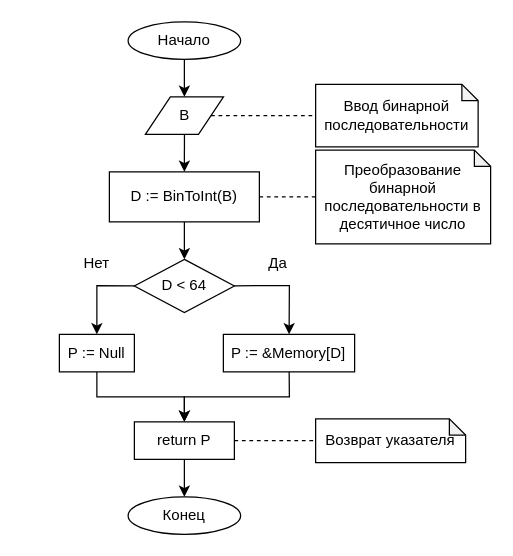
Above: page "Page-1" (1 of 7) of Организация ЭВМ и систем/Отчет/get_ptr.drawio in eldarian-1/pstu (draw.io), before the change. Source tidied: cells renumbered, new cells numbered last; positions are measured from the earlier drawing's top-left corner, leaving out a move shared by most shapes. Both pictures are drawn from the tidied source at 125%, with x=0, y=0 at pixel (59, 21).
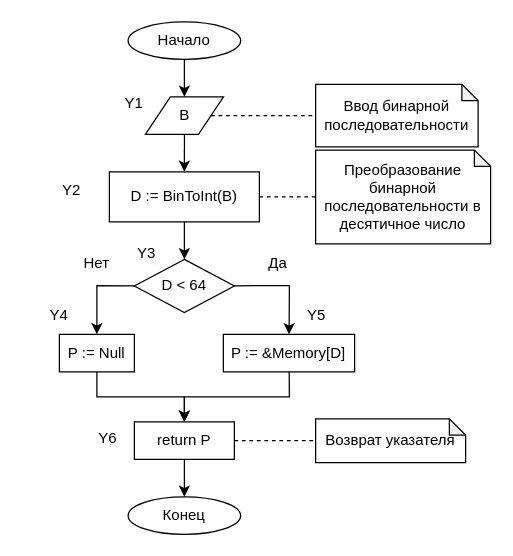
The same diagram, later.

What changed in the source:
```diff
@@
+    <mxCell id="26" value="Y1" style="text;html=1;strokeColor=none;fillColor=none;align=center;verticalAlign=middle;whiteSpace=wrap;rounded=0;" parent="1" vertex="1">
+      <mxGeometry x="30" y="50" width="60" height="30" as="geometry" />
+    </mxCell>
+    <mxCell id="27" value="Y2" style="text;html=1;strokeColor=none;fillColor=none;align=center;verticalAlign=middle;whiteSpace=wrap;rounded=0;" parent="1" vertex="1">
+      <mxGeometry x="-20" y="120" width="60" height="30" as="geometry" />
+    </mxCell>
+    <mxCell id="28" value="Y3" style="text;html=1;strokeColor=none;fillColor=none;align=center;verticalAlign=middle;whiteSpace=wrap;rounded=0;" parent="1" vertex="1">
+      <mxGeometry x="40" y="170" width="60" height="30" as="geometry" />
+    </mxCell>
+    <mxCell id="29" value="Y4" style="text;html=1;strokeColor=none;fillColor=none;align=center;verticalAlign=middle;whiteSpace=wrap;rounded=0;" parent="1" vertex="1">
+      <mxGeometry x="-30" y="220" width="60" height="30" as="geometry" />
+    </mxCell>
+    <mxCell id="30" value="Y5" style="text;html=1;strokeColor=none;fillColor=none;align=center;verticalAlign=middle;whiteSpace=wrap;rounded=0;" parent="1" vertex="1">
+      <mxGeometry x="176.2" y="220" width="60" height="30" as="geometry" />
+    </mxCell>
+    <mxCell id="31" value="Y6" style="text;html=1;strokeColor=none;fillColor=none;align=center;verticalAlign=middle;whiteSpace=wrap;rounded=0;" parent="1" vertex="1">
+      <mxGeometry x="8.8" y="317.5" width="60" height="30" as="geometry" />
+    </mxCell>
```
